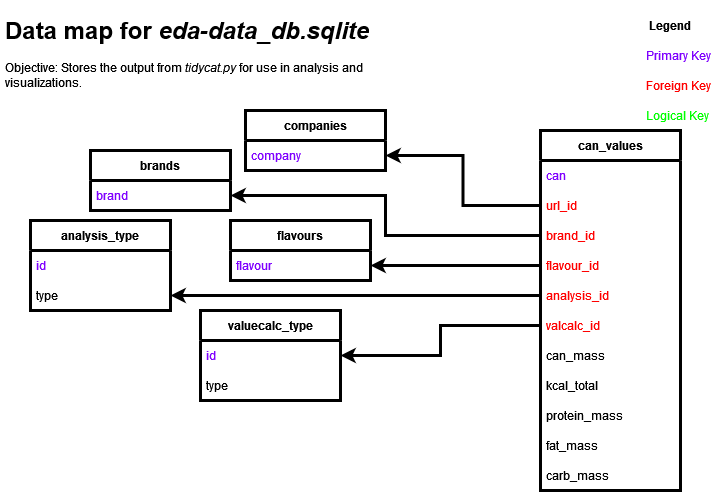
The draw.io diagram projectartifacts/eda-data_dbmap.drawio.png in travisyardley/ailieful, before a commit. Source tidied: cells renumbered, new cells last; positions are measured from the earlier drawing's top-left corner, leaving out a move shared by most shapes.
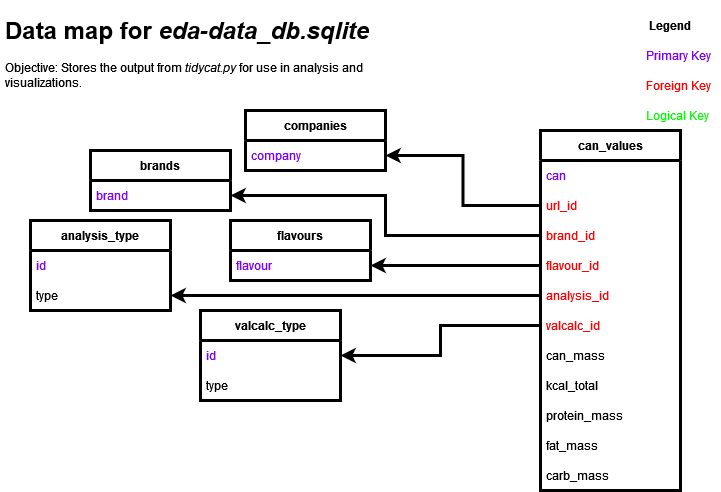
The same file after the commit.

Diff of the diagram source:
```diff
@@ -89,7 +89,7 @@
     <mxCell id="30" value="type" style="text;strokeColor=none;fillColor=none;align=left;verticalAlign=middle;spacingLeft=4;spacingRight=4;overflow=hidden;points=[[0,0.5],[1,0.5]];portConstraint=eastwest;fontColor=#000000;" parent="28" vertex="1">
       <mxGeometry y="60" width="140" height="30" as="geometry" />
     </mxCell>
-    <mxCell id="31" value="valuecalc_type" style="swimlane;fontStyle=1;horizontal=1;startSize=30;strokeWidth=3;" parent="1" vertex="1">
+    <mxCell id="31" value="valcalc_type" style="swimlane;fontStyle=1;horizontal=1;startSize=30;strokeWidth=3;" parent="1" vertex="1">
       <mxGeometry x="200" y="300" width="140" height="90" as="geometry" />
     </mxCell>
     <mxCell id="32" value="id" style="text;strokeColor=none;fillColor=none;align=left;verticalAlign=middle;spacingLeft=4;spacingRight=4;overflow=hidden;points=[[0,0.5],[1,0.5]];portConstraint=eastwest;fontColor=#7F00FF;" parent="31" vertex="1">
```
